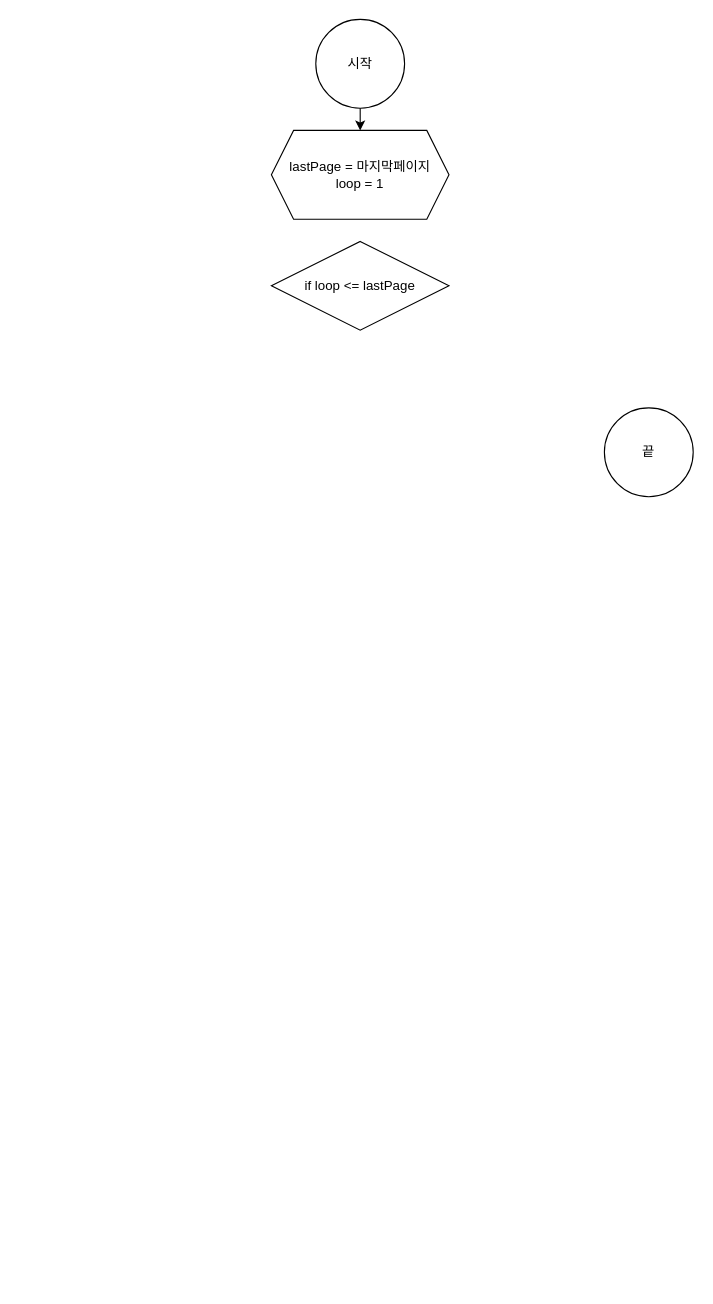
This is 제목 없는 다이어그램.drawio from sisu-01/cartoon, a draw.io file, before an edit. Source tidied: cells renumbered, new cells numbered last; positions are measured from the earlier drawing's top-left corner, leaving out a move shared by most shapes. Both pictures are drawn from the tidied source at 111%, with x=0, y=0 at pixel (271, 19).
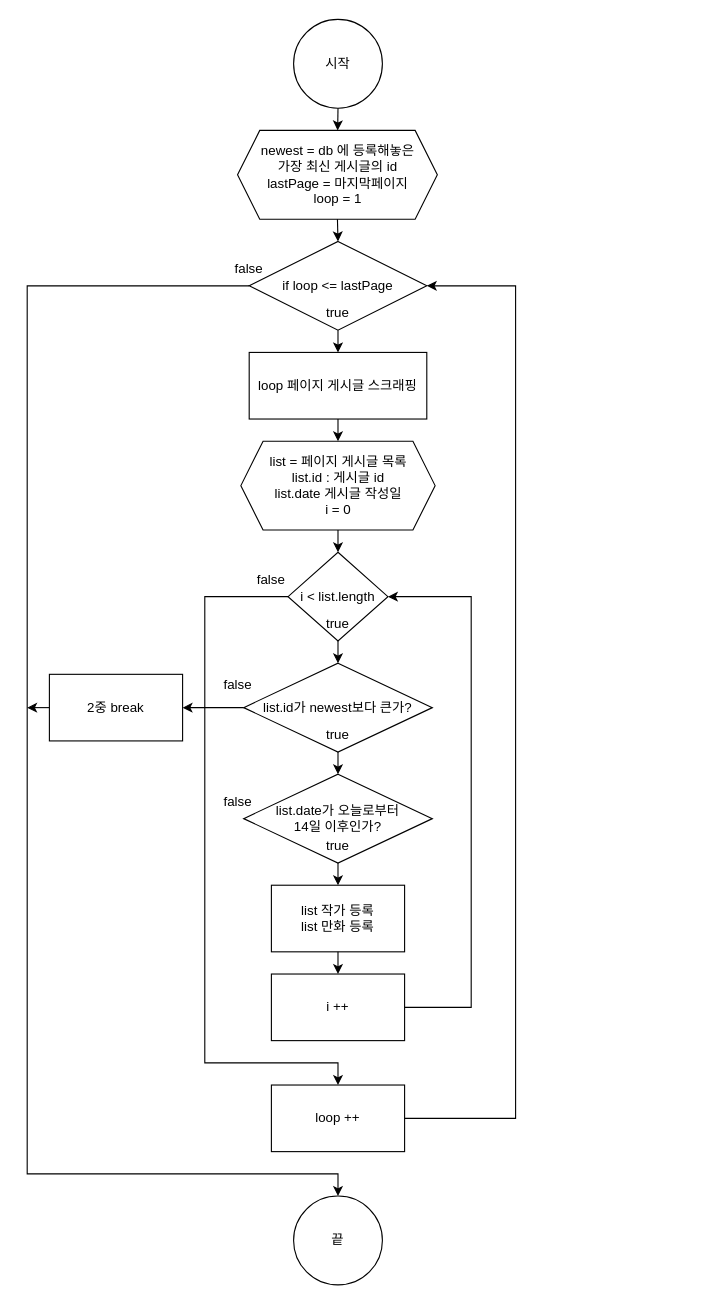
Above is the later version.

Commit message:
제목 없는 다이어그램.drawio 업데이트

What changed in the source:
```diff
@@
     <mxCell id="2" value="시작" style="ellipse;whiteSpace=wrap;html=1;" parent="1" vertex="1">
-      <mxGeometry x="40" width="80" height="80" as="geometry" />
+      <mxGeometry x="20" width="80" height="80" as="geometry" />
     </mxCell>
     <mxCell id="3" value="끝" style="ellipse;whiteSpace=wrap;html=1;" parent="1" vertex="1">
-      <mxGeometry x="300" y="350" width="80" height="80" as="geometry" />
+      <mxGeometry x="20" y="1060" width="80" height="80" as="geometry" />
     </mxCell>
-    <mxCell id="4" style="endArrow=classic;html=1;rounded=0;" parent="1" edge="1" source="2">
-      <mxGeometry relative="1" as="geometry">
-        <mxPoint x="80" y="100" as="targetPoint" />
-      </mxGeometry>
+    <mxCell id="4" style="endArrow=classic;html=1;rounded=0;" parent="1" edge="1" source="2" target="5">
+      <mxGeometry relative="1" as="geometry" />
     </mxCell>
-    <mxCell id="5" value="lastPage = 마지막페이지&lt;br&gt;loop = 1" style="shape=hexagon;perimeter=hexagonPerimeter2;whiteSpace=wrap;html=1;fixedSize=1;" parent="1" vertex="1">
-      <mxGeometry y="100" width="160" height="80" as="geometry" />
+    <mxCell id="5" value="newest = db 에 등록해놓은&lt;br&gt;가장 최신 게시글의 id&lt;br&gt;lastPage = 마지막페이지&lt;br&gt;loop = 1" style="shape=hexagon;perimeter=hexagonPerimeter2;whiteSpace=wrap;html=1;fixedSize=1;" parent="1" vertex="1">
+      <mxGeometry x="-30.5" y="100" width="180" height="80" as="geometry" />
     </mxCell>
     <mxCell id="6" value="if loop &amp;lt;= lastPage" style="rhombus;whiteSpace=wrap;html=1;" parent="1" vertex="1">
-      <mxGeometry y="200" width="160" height="80" as="geometry" />
+      <mxGeometry x="-20" y="200" width="160" height="80" as="geometry" />
     </mxCell>
+    <mxCell id="7" value="true" style="text;html=1;strokeColor=none;fillColor=none;align=center;verticalAlign=middle;whiteSpace=wrap;rounded=0;" parent="1" vertex="1">
+      <mxGeometry x="30" y="250" width="60" height="30" as="geometry" />
+    </mxCell>
+    <mxCell id="8" value="false" style="text;html=1;strokeColor=none;fillColor=none;align=center;verticalAlign=middle;whiteSpace=wrap;rounded=0;" parent="1" vertex="1">
+      <mxGeometry x="-60" y="690" width="60" height="30" as="geometry" />
+    </mxCell>
+    <mxCell id="9" value="loop 페이지 게시글 스크래핑" style="rounded=0;whiteSpace=wrap;html=1;" parent="1" vertex="1">
+      <mxGeometry x="-20" y="300" width="160" height="60" as="geometry" />
+    </mxCell>
+    <mxCell id="10" value="list = 페이지 게시글 목록&lt;br&gt;list.id : 게시글 id&lt;br&gt;list.date 게시글 작성일&lt;br&gt;i = 0" style="shape=hexagon;perimeter=hexagonPerimeter2;whiteSpace=wrap;html=1;fixedSize=1;" parent="1" vertex="1">
+      <mxGeometry x="-27.5" y="380" width="175" height="80" as="geometry" />
+    </mxCell>
+    <mxCell id="11" value="list.date가 오늘로부터&lt;br&gt;14일 이후인가?" style="rhombus;whiteSpace=wrap;html=1;" parent="1" vertex="1">
+      <mxGeometry x="-25" y="680" width="170" height="80" as="geometry" />
+    </mxCell>
+    <mxCell id="12" value="true" style="text;html=1;strokeColor=none;fillColor=none;align=center;verticalAlign=middle;whiteSpace=wrap;rounded=0;" parent="1" vertex="1">
+      <mxGeometry x="30" y="730" width="60" height="30" as="geometry" />
+    </mxCell>
+    <mxCell id="13" value="false" style="text;html=1;strokeColor=none;fillColor=none;align=center;verticalAlign=middle;whiteSpace=wrap;rounded=0;" parent="1" vertex="1">
+      <mxGeometry x="-60" y="585" width="60" height="30" as="geometry" />
+    </mxCell>
+    <mxCell id="14" value="list.id가 newest보다 큰가?" style="rhombus;whiteSpace=wrap;html=1;" parent="1" vertex="1">
+      <mxGeometry x="-25" y="580" width="170" height="80" as="geometry" />
+    </mxCell>
+    <mxCell id="15" value="true" style="text;html=1;strokeColor=none;fillColor=none;align=center;verticalAlign=middle;whiteSpace=wrap;rounded=0;" parent="1" vertex="1">
+      <mxGeometry x="30" y="630" width="60" height="30" as="geometry" />
+    </mxCell>
+    <mxCell id="16" style="endArrow=classic;html=1;rounded=0;exitX=0;exitY=0.5;exitDx=0;exitDy=0;entryX=1;entryY=0.5;entryDx=0;entryDy=0;" parent="1" edge="1" source="14" target="36">
+      <mxGeometry relative="1" as="geometry" />
+    </mxCell>
+    <mxCell id="17" value="list 작가 등록&lt;br&gt;list 만화 등록" style="rounded=0;whiteSpace=wrap;html=1;" parent="1" vertex="1">
+      <mxGeometry y="780" width="120" height="60" as="geometry" />
+    </mxCell>
+    <mxCell id="18" value="i &amp;lt; list.length" style="rhombus;whiteSpace=wrap;html=1;" parent="1" vertex="1">
+      <mxGeometry x="15" y="480" width="90" height="80" as="geometry" />
+    </mxCell>
+    <mxCell id="19" value="true" style="text;html=1;strokeColor=none;fillColor=none;align=center;verticalAlign=middle;whiteSpace=wrap;rounded=0;" parent="1" vertex="1">
+      <mxGeometry x="30" y="530" width="60" height="30" as="geometry" />
+    </mxCell>
+    <mxCell id="20" style="endArrow=classic;html=1;rounded=0;exitX=0;exitY=0.5;exitDx=0;exitDy=0;" parent="1" edge="1" source="6" target="3">
+      <mxGeometry relative="1" as="geometry">
+        <Array as="points">
+          <mxPoint x="-220" y="240" />
+          <mxPoint x="-220" y="1040" />
+          <mxPoint x="60" y="1040" />
+        </Array>
+      </mxGeometry>
+    </mxCell>
+    <mxCell id="21" value="false" style="text;html=1;strokeColor=none;fillColor=none;align=center;verticalAlign=middle;whiteSpace=wrap;rounded=0;" parent="1" vertex="1">
+      <mxGeometry x="-50" y="210" width="60" height="30" as="geometry" />
+    </mxCell>
+    <mxCell id="22" value="loop ++" style="rounded=0;whiteSpace=wrap;html=1;" parent="1" vertex="1">
+      <mxGeometry y="960" width="120" height="60" as="geometry" />
+    </mxCell>
+    <mxCell id="23" style="endArrow=classic;html=1;rounded=0;exitX=1;exitY=0.5;exitDx=0;exitDy=0;entryX=1;entryY=0.5;entryDx=0;entryDy=0;" parent="1" edge="1" source="22" target="6">
+      <mxGeometry relative="1" as="geometry">
+        <Array as="points">
+          <mxPoint x="220" y="990" />
+          <mxPoint x="220" y="240" />
+        </Array>
+      </mxGeometry>
+    </mxCell>
+    <mxCell id="24" value="i ++" style="rounded=0;whiteSpace=wrap;html=1;" parent="1" vertex="1">
+      <mxGeometry y="860" width="120" height="60" as="geometry" />
+    </mxCell>
+    <mxCell id="25" style="endArrow=classic;html=1;rounded=0;exitX=1;exitY=0.5;exitDx=0;exitDy=0;entryX=1;entryY=0.5;entryDx=0;entryDy=0;" parent="1" edge="1" source="24" target="18">
+      <mxGeometry relative="1" as="geometry">
+        <Array as="points">
+          <mxPoint x="180" y="890" />
+          <mxPoint x="180" y="520" />
+        </Array>
+      </mxGeometry>
+    </mxCell>
+    <mxCell id="26" style="endArrow=classic;html=1;rounded=0;exitX=0.5;exitY=1;exitDx=0;exitDy=0;entryX=0.5;entryY=0;entryDx=0;entryDy=0;" parent="1" edge="1" source="19" target="14">
+      <mxGeometry relative="1" as="geometry" />
+    </mxCell>
+    <mxCell id="27" style="endArrow=classic;html=1;rounded=0;entryX=0.5;entryY=0;entryDx=0;entryDy=0;exitX=0.5;exitY=1;exitDx=0;exitDy=0;" parent="1" edge="1" source="14" target="11">
+      <mxGeometry relative="1" as="geometry" />
+    </mxCell>
+    <mxCell id="28" style="endArrow=classic;html=1;rounded=0;exitX=0.5;exitY=1;exitDx=0;exitDy=0;entryX=0.5;entryY=0;entryDx=0;entryDy=0;" parent="1" edge="1" source="11" target="17">
+      <mxGeometry relative="1" as="geometry" />
+    </mxCell>
+    <mxCell id="29" style="endArrow=classic;html=1;rounded=0;exitX=0.5;exitY=1;exitDx=0;exitDy=0;" parent="1" edge="1" source="17" target="24">
+      <mxGeometry relative="1" as="geometry" />
+    </mxCell>
+    <mxCell id="30" value="false" style="text;html=1;strokeColor=none;fillColor=none;align=center;verticalAlign=middle;whiteSpace=wrap;rounded=0;" parent="1" vertex="1">
+      <mxGeometry x="-30" y="490" width="60" height="30" as="geometry" />
+    </mxCell>
+    <mxCell id="31" style="endArrow=classic;html=1;rounded=0;exitX=0;exitY=0.5;exitDx=0;exitDy=0;entryX=0.5;entryY=0;entryDx=0;entryDy=0;" parent="1" edge="1" source="18" target="22">
+      <mxGeometry relative="1" as="geometry">
+        <Array as="points">
+          <mxPoint x="-60" y="520" />
+          <mxPoint x="-60" y="940" />
+          <mxPoint x="60" y="940" />
+          <mxPoint x="60" y="960" />
+        </Array>
+      </mxGeometry>
+    </mxCell>
+    <mxCell id="32" style="endArrow=classic;html=1;rounded=0;exitX=0.5;exitY=1;exitDx=0;exitDy=0;entryX=0.5;entryY=0;entryDx=0;entryDy=0;" parent="1" edge="1" source="10" target="18">
+      <mxGeometry relative="1" as="geometry" />
+    </mxCell>
+    <mxCell id="33" style="endArrow=classic;html=1;rounded=0;entryX=0.5;entryY=0;entryDx=0;entryDy=0;exitX=0.5;exitY=1;exitDx=0;exitDy=0;" parent="1" edge="1" source="9" target="10">
+      <mxGeometry relative="1" as="geometry" />
+    </mxCell>
+    <mxCell id="34" style="endArrow=classic;html=1;rounded=0;entryX=0.5;entryY=0;entryDx=0;entryDy=0;exitX=0.5;exitY=1;exitDx=0;exitDy=0;" parent="1" edge="1" source="7" target="9">
+      <mxGeometry relative="1" as="geometry" />
+    </mxCell>
+    <mxCell id="35" style="endArrow=classic;html=1;rounded=0;entryX=0.5;entryY=0;entryDx=0;entryDy=0;exitX=0.5;exitY=1;exitDx=0;exitDy=0;" parent="1" edge="1" source="5" target="6">
+      <mxGeometry relative="1" as="geometry" />
+    </mxCell>
+    <mxCell id="36" value="2중 break" style="rounded=0;whiteSpace=wrap;html=1;" parent="1" vertex="1">
+      <mxGeometry x="-200" y="590" width="120" height="60" as="geometry" />
+    </mxCell>
+    <mxCell id="37" style="endArrow=classic;html=1;rounded=0;exitX=0;exitY=0.5;exitDx=0;exitDy=0;" parent="1" edge="1" source="36">
+      <mxGeometry relative="1" as="geometry">
+        <mxPoint x="-220" y="620" as="targetPoint" />
+      </mxGeometry>
+    </mxCell>
```
